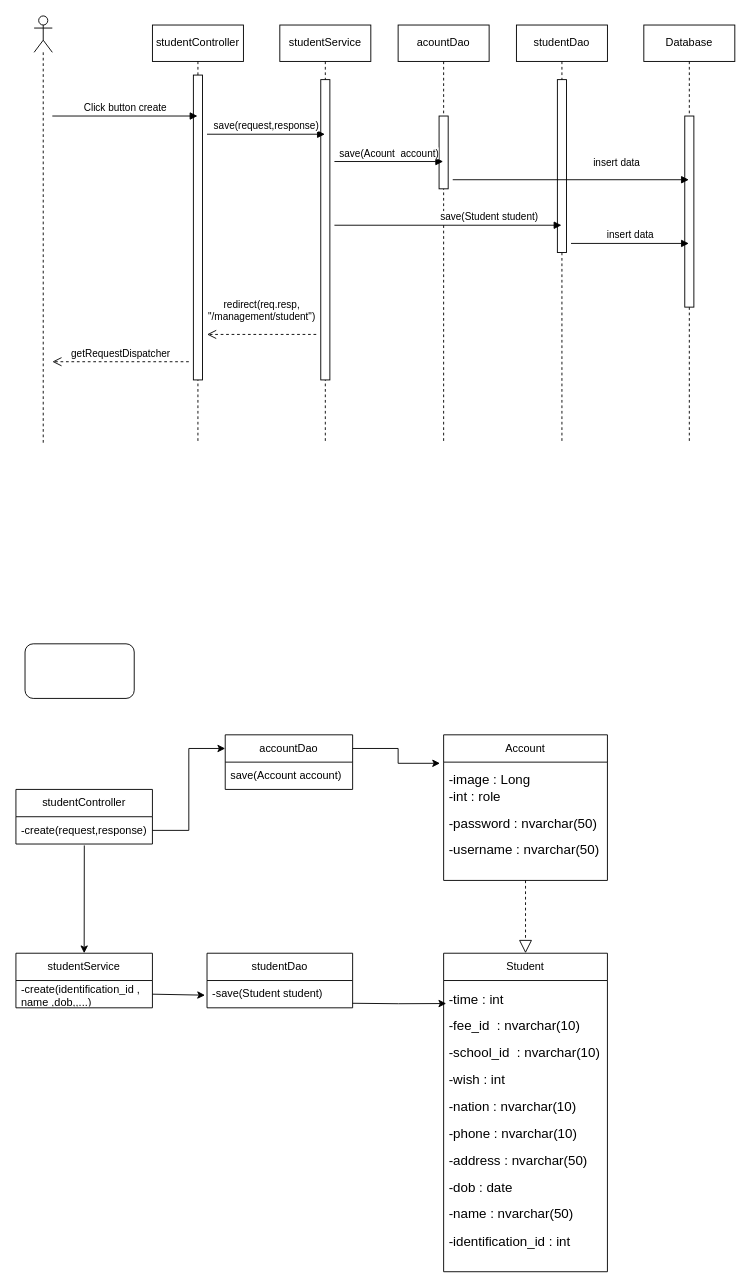
Earlier version of the draw.io diagram page "Page-3" (3 of 22) of Untitled Diagram.drawio (sachvo/CuteXT). Source tidied: cells renumbered, new cells numbered last; positions are measured from the earlier drawing's top-left corner, leaving out a move shared by most shapes. Both pictures are drawn from the tidied source at 91%, with x=0, y=0 at pixel (15, 15).
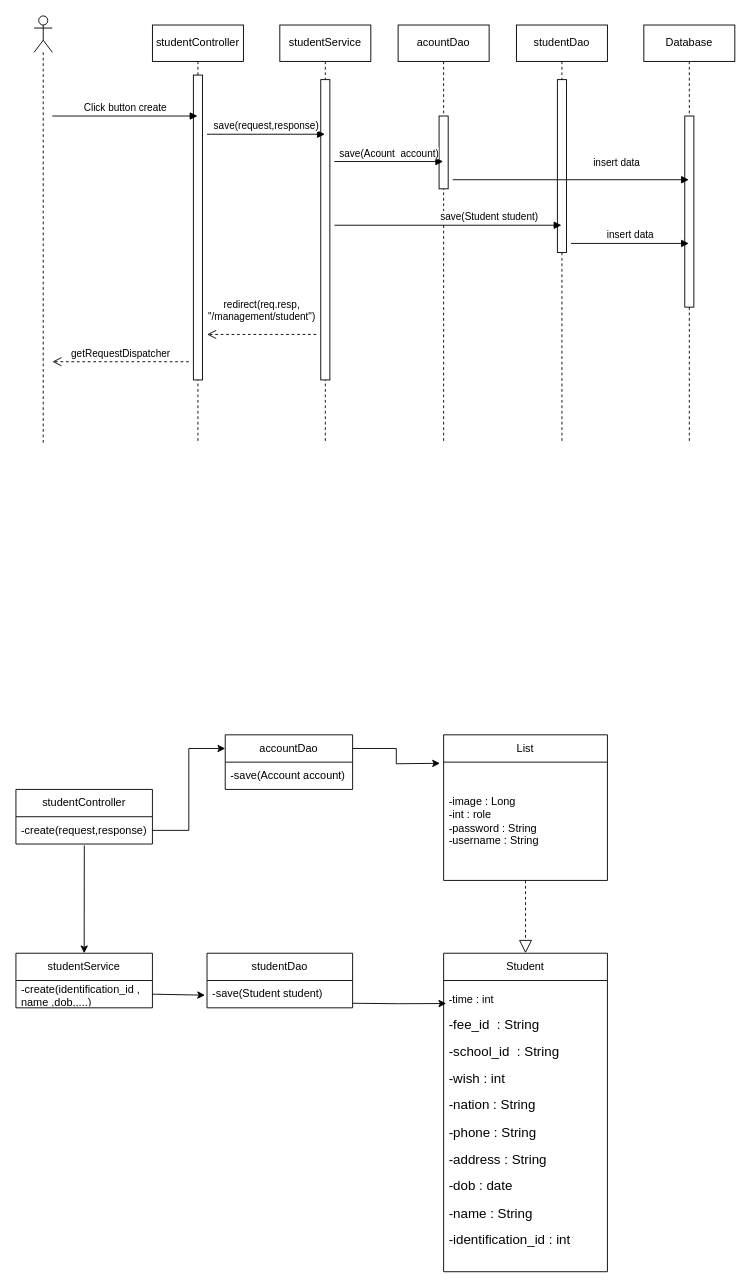
Above is the later version.

The change refers to these unchanged cells:
```xml
<mxCell id="30" value="Student" style="swimlane;fontStyle=0;horizontal=1;startSize=30;whiteSpace=wrap;html=1;" parent="1" vertex="1">
  <mxGeometry x="470" y="1030" width="180" height="350" as="geometry" />
</mxCell>
<mxCell id="36" value="accountDao" style="swimlane;fontStyle=0;horizontal=1;startSize=30;whiteSpace=wrap;html=1;" parent="1" vertex="1">
  <mxGeometry x="230" y="790" width="140" height="60" as="geometry" />
</mxCell>
```

What changed in the source:
```diff
@@
-    <mxCell id="27" value="Account" style="swimlane;fontStyle=0;horizontal=1;startSize=30;whiteSpace=wrap;html=1;" parent="1" vertex="1">
-      <mxGeometry x="470" y="790" width="180" height="160" as="geometry" />
-    </mxCell>
-    <mxCell id="28" value="&lt;p style=&quot;line-height:1.38;margin-top:0pt;margin-bottom:0pt;&quot; dir=&quot;ltr&quot;&gt;&lt;/p&gt;&lt;p style=&quot;line-height:1.38;margin-top:0pt;margin-bottom:0pt;&quot; dir=&quot;ltr&quot;&gt;&lt;/p&gt;&lt;p style=&quot;line-height:1.38;margin-top:0pt;margin-bottom:0pt;&quot; dir=&quot;ltr&quot;&gt;&lt;/p&gt;&lt;div&gt;&lt;/div&gt;&lt;span style=&quot;font-size: 11pt; font-family: Arial, sans-serif; background-color: transparent; font-variant-numeric: normal; font-variant-east-asian: normal; font-variant-alternates: normal; font-variant-position: normal; vertical-align: baseline;&quot;&gt;-image : Long&lt;br&gt;-int : role&lt;br&gt;&lt;/span&gt;&lt;p&gt;&lt;/p&gt;&lt;span style=&quot;font-size: 11pt; font-family: Arial, sans-serif; background-color: transparent; font-variant-numeric: normal; font-variant-east-asian: normal; font-variant-alternates: normal; font-variant-position: normal; vertical-align: baseline;&quot;&gt;-password : nvarchar(50)&amp;nbsp;&lt;/span&gt;&lt;p&gt;&lt;/p&gt;&lt;span style=&quot;font-size: 11pt; font-family: Arial, sans-serif; background-color: transparent; font-variant-numeric: normal; font-variant-east-asian: normal; font-variant-alternates: normal; font-variant-position: normal; vertical-align: baseline;&quot;&gt;-username : nvarchar(50)&amp;nbsp;&lt;/span&gt;&lt;p&gt;&lt;/p&gt;&lt;span id=&quot;docs-internal-guid-546da517-7fff-cef4-55ad-a307194a0e7b&quot;&gt;&lt;/span&gt;" style="text;strokeColor=none;fillColor=none;align=left;verticalAlign=middle;spacingLeft=4;spacingRight=4;overflow=hidden;points=[[0,0.5],[1,0.5]];portConstraint=eastwest;whiteSpace=wrap;html=1;" parent="27" vertex="1">
-      <mxGeometry y="30" width="180" height="130" as="geometry" />
-    </mxCell>
-    <mxCell id="29" style="rounded=1;whiteSpace=wrap;html=1;" parent="1" vertex="1">
-      <mxGeometry x="10" y="690" width="120" height="60" as="geometry" />
-    </mxCell>
@@
-    <mxCell id="31" value="&lt;p style=&quot;line-height:1.38;margin-top:0pt;margin-bottom:0pt;&quot; dir=&quot;ltr&quot;&gt;&lt;/p&gt;&lt;p style=&quot;line-height:1.38;margin-top:0pt;margin-bottom:0pt;&quot; dir=&quot;ltr&quot;&gt;&lt;/p&gt;&lt;p style=&quot;line-height:1.38;margin-top:0pt;margin-bottom:0pt;&quot; dir=&quot;ltr&quot;&gt;&lt;/p&gt;&lt;p style=&quot;line-height:1.38;margin-top:0pt;margin-bottom:0pt;&quot; dir=&quot;ltr&quot;&gt;&lt;/p&gt;&lt;p style=&quot;line-height:1.38;margin-top:0pt;margin-bottom:0pt;&quot; dir=&quot;ltr&quot;&gt;&lt;/p&gt;&lt;p style=&quot;line-height:1.38;margin-top:0pt;margin-bottom:0pt;&quot; dir=&quot;ltr&quot;&gt;&lt;/p&gt;&lt;p style=&quot;line-height:1.38;margin-top:0pt;margin-bottom:0pt;&quot; dir=&quot;ltr&quot;&gt;&lt;/p&gt;&lt;p style=&quot;line-height:1.38;margin-top:0pt;margin-bottom:0pt;&quot; dir=&quot;ltr&quot;&gt;&lt;/p&gt;&lt;p style=&quot;line-height:1.38;margin-top:0pt;margin-bottom:0pt;&quot; dir=&quot;ltr&quot;&gt;&lt;/p&gt;&lt;p style=&quot;line-height:1.38;margin-top:0pt;margin-bottom:0pt;&quot; dir=&quot;ltr&quot;&gt;&lt;/p&gt;&lt;div&gt;&lt;/div&gt;&lt;span style=&quot;font-size: 11pt; font-family: Arial, sans-serif; background-color: transparent; font-variant-numeric: normal; font-variant-east-asian: normal; font-variant-alternates: normal; font-variant-position: normal; vertical-align: baseline;&quot;&gt;-time : int &lt;/span&gt;&lt;p&gt;&lt;/p&gt;&lt;span style=&quot;font-size: 11pt; font-family: Arial, sans-serif; background-color: transparent; font-variant-numeric: normal; font-variant-east-asian: normal; font-variant-alternates: normal; font-variant-position: normal; vertical-align: baseline;&quot;&gt;-fee_id&amp;nbsp; : nvarchar(10)&lt;/span&gt;&lt;p&gt;&lt;/p&gt;&lt;span style=&quot;font-size: 11pt; font-family: Arial, sans-serif; background-color: transparent; font-variant-numeric: normal; font-variant-east-asian: normal; font-variant-alternates: normal; font-variant-position: normal; vertical-align: baseline;&quot;&gt;-school_id&amp;nbsp; : nvarchar(10)&lt;/span&gt;&lt;p&gt;&lt;/p&gt;&lt;span style=&quot;font-size: 11pt; font-family: Arial, sans-serif; background-color: transparent; font-variant-numeric: normal; font-variant-east-asian: normal; font-variant-alternates: normal; font-variant-position: normal; vertical-align: baseline;&quot;&gt;-wish : int&lt;/span&gt;&lt;p&gt;&lt;/p&gt;&lt;span style=&quot;font-size: 11pt; font-family: Arial, sans-serif; background-color: transparent; font-variant-numeric: normal; font-variant-east-asian: normal; font-variant-alternates: normal; font-variant-position: normal; vertical-align: baseline;&quot;&gt;-nation : nvarchar(10)&lt;/span&gt;&lt;p&gt;&lt;/p&gt;&lt;span style=&quot;font-size: 11pt; font-family: Arial, sans-serif; background-color: transparent; font-variant-numeric: normal; font-variant-east-asian: normal; font-variant-alternates: normal; font-variant-position: normal; vertical-align: baseline;&quot;&gt;-phone : nvarchar(10)&lt;/span&gt;&lt;p&gt;&lt;/p&gt;&lt;span style=&quot;font-size: 11pt; font-family: Arial, sans-serif; background-color: transparent; font-variant-numeric: normal; font-variant-east-asian: normal; font-variant-alternates: normal; font-variant-position: normal; vertical-align: baseline;&quot;&gt;-address : nvarchar(50)&lt;/span&gt;&lt;p&gt;&lt;/p&gt;&lt;span style=&quot;font-size: 11pt; font-family: Arial, sans-serif; background-color: transparent; font-variant-numeric: normal; font-variant-east-asian: normal; font-variant-alternates: normal; font-variant-position: normal; vertical-align: baseline;&quot;&gt;-dob : date&lt;/span&gt;&lt;p&gt;&lt;/p&gt;&lt;span style=&quot;font-size: 11pt; font-family: Arial, sans-serif; background-color: transparent; font-variant-numeric: normal; font-variant-east-asian: normal; font-variant-alternates: normal; font-variant-position: normal; vertical-align: baseline;&quot;&gt;-name : nvarchar(50)&lt;/span&gt;&lt;p&gt;&lt;/p&gt;&lt;span style=&quot;font-size: 11pt; font-family: Arial, sans-serif; background-color: transparent; font-variant-numeric: normal; font-variant-east-asian: normal; font-variant-alternates: normal; font-variant-position: normal; vertical-align: baseline;&quot;&gt;-identification_id : int&amp;nbsp;&lt;/span&gt;&lt;p&gt;&lt;/p&gt;&lt;span id=&quot;docs-internal-guid-ec875b94-7fff-324d-a60e-613ddc787041&quot;&gt;&lt;/span&gt;" style="text;strokeColor=none;fillColor=none;align=left;verticalAlign=middle;spacingLeft=4;spacingRight=4;overflow=hidden;points=[[0,0.5],[1,0.5]];portConstraint=eastwest;whiteSpace=wrap;html=1;" parent="30" vertex="1">
+    <mxCell id="31" value="&lt;p style=&quot;line-height:1.38;margin-top:0pt;margin-bottom:0pt;&quot; dir=&quot;ltr&quot;&gt;&lt;/p&gt;&lt;p style=&quot;line-height:1.38;margin-top:0pt;margin-bottom:0pt;&quot; dir=&quot;ltr&quot;&gt;&lt;/p&gt;&lt;p style=&quot;line-height:1.38;margin-top:0pt;margin-bottom:0pt;&quot; dir=&quot;ltr&quot;&gt;&lt;/p&gt;&lt;p style=&quot;line-height:1.38;margin-top:0pt;margin-bottom:0pt;&quot; dir=&quot;ltr&quot;&gt;&lt;/p&gt;&lt;p style=&quot;line-height:1.38;margin-top:0pt;margin-bottom:0pt;&quot; dir=&quot;ltr&quot;&gt;&lt;/p&gt;&lt;p style=&quot;line-height:1.38;margin-top:0pt;margin-bottom:0pt;&quot; dir=&quot;ltr&quot;&gt;&lt;/p&gt;&lt;p style=&quot;line-height:1.38;margin-top:0pt;margin-bottom:0pt;&quot; dir=&quot;ltr&quot;&gt;&lt;/p&gt;&lt;p style=&quot;line-height:1.38;margin-top:0pt;margin-bottom:0pt;&quot; dir=&quot;ltr&quot;&gt;&lt;/p&gt;&lt;p style=&quot;line-height:1.38;margin-top:0pt;margin-bottom:0pt;&quot; dir=&quot;ltr&quot;&gt;&lt;/p&gt;&lt;p style=&quot;line-height:1.38;margin-top:0pt;margin-bottom:0pt;&quot; dir=&quot;ltr&quot;&gt;&lt;/p&gt;&lt;div&gt;&lt;/div&gt;-time : int&lt;p style=&quot;border-color: var(--border-color);&quot;&gt;&lt;/p&gt;&lt;span style=&quot;border-color: var(--border-color); font-variant-numeric: normal; font-variant-east-asian: normal; font-variant-alternates: normal; font-variant-position: normal; background-color: transparent; font-size: 11pt; font-family: Arial, sans-serif; vertical-align: baseline;&quot;&gt;-fee_id&amp;nbsp; : String&lt;/span&gt;&lt;p style=&quot;border-color: var(--border-color);&quot;&gt;&lt;/p&gt;&lt;span style=&quot;border-color: var(--border-color); font-variant-numeric: normal; font-variant-east-asian: normal; font-variant-alternates: normal; font-variant-position: normal; background-color: transparent; font-size: 11pt; font-family: Arial, sans-serif; vertical-align: baseline;&quot;&gt;-school_id&amp;nbsp; : String&lt;/span&gt;&lt;p style=&quot;border-color: var(--border-color);&quot;&gt;&lt;/p&gt;&lt;span style=&quot;border-color: var(--border-color); font-variant-numeric: normal; font-variant-east-asian: normal; font-variant-alternates: normal; font-variant-position: normal; background-color: transparent; font-size: 11pt; font-family: Arial, sans-serif; vertical-align: baseline;&quot;&gt;-wish : int&lt;/span&gt;&lt;p style=&quot;border-color: var(--border-color);&quot;&gt;&lt;/p&gt;&lt;span style=&quot;border-color: var(--border-color); font-variant-numeric: normal; font-variant-east-asian: normal; font-variant-alternates: normal; font-variant-position: normal; background-color: transparent; font-size: 11pt; font-family: Arial, sans-serif; vertical-align: baseline;&quot;&gt;-nation : String&lt;/span&gt;&lt;p style=&quot;border-color: var(--border-color);&quot;&gt;&lt;/p&gt;&lt;span style=&quot;border-color: var(--border-color); font-variant-numeric: normal; font-variant-east-asian: normal; font-variant-alternates: normal; font-variant-position: normal; background-color: transparent; font-size: 11pt; font-family: Arial, sans-serif; vertical-align: baseline;&quot;&gt;-phone : String&lt;/span&gt;&lt;p style=&quot;border-color: var(--border-color);&quot;&gt;&lt;/p&gt;&lt;span style=&quot;border-color: var(--border-color); font-variant-numeric: normal; font-variant-east-asian: normal; font-variant-alternates: normal; font-variant-position: normal; background-color: transparent; font-size: 11pt; font-family: Arial, sans-serif; vertical-align: baseline;&quot;&gt;-address : String&lt;/span&gt;&lt;p style=&quot;border-color: var(--border-color);&quot;&gt;&lt;/p&gt;&lt;span style=&quot;border-color: var(--border-color); font-variant-numeric: normal; font-variant-east-asian: normal; font-variant-alternates: normal; font-variant-position: normal; background-color: transparent; font-size: 11pt; font-family: Arial, sans-serif; vertical-align: baseline;&quot;&gt;-dob : date&lt;/span&gt;&lt;p style=&quot;border-color: var(--border-color);&quot;&gt;&lt;/p&gt;&lt;span style=&quot;border-color: var(--border-color); font-variant-numeric: normal; font-variant-east-asian: normal; font-variant-alternates: normal; font-variant-position: normal; background-color: transparent; font-size: 11pt; font-family: Arial, sans-serif; vertical-align: baseline;&quot;&gt;-name : String&lt;/span&gt;&lt;p style=&quot;border-color: var(--border-color);&quot;&gt;&lt;/p&gt;&lt;span style=&quot;border-color: var(--border-color); font-variant-numeric: normal; font-variant-east-asian: normal; font-variant-alternates: normal; font-variant-position: normal; background-color: transparent; font-size: 11pt; font-family: Arial, sans-serif; vertical-align: baseline;&quot;&gt;-identification_id : int&amp;nbsp;&lt;/span&gt;&lt;p style=&quot;border-color: var(--border-color);&quot;&gt;&lt;/p&gt;&lt;span style=&quot;border-color: var(--border-color);&quot; id=&quot;docs-internal-guid-ec875b94-7fff-324d-a60e-613ddc787041&quot;&gt;&lt;/span&gt;&lt;span id=&quot;docs-internal-guid-ec875b94-7fff-324d-a60e-613ddc787041&quot;&gt;&lt;/span&gt;" style="text;strokeColor=none;fillColor=none;align=left;verticalAlign=middle;spacingLeft=4;spacingRight=4;overflow=hidden;points=[[0,0.5],[1,0.5]];portConstraint=eastwest;whiteSpace=wrap;html=1;" parent="30" vertex="1">
       <mxGeometry y="30" width="180" height="320" as="geometry" />
     </mxCell>
@@
-    <mxCell id="37" value="save(Account account)" style="text;strokeColor=none;fillColor=none;align=left;verticalAlign=middle;spacingLeft=4;spacingRight=4;overflow=hidden;whiteSpace=wrap;html=1;" parent="36" vertex="1">
+    <mxCell id="37" value="-save(Account account)" style="text;strokeColor=none;fillColor=none;align=left;verticalAlign=middle;spacingLeft=4;spacingRight=4;overflow=hidden;whiteSpace=wrap;html=1;" parent="36" vertex="1">
       <mxGeometry y="30" width="140" height="30" as="geometry" />
     </mxCell>
@@
-    <mxCell id="39" style="edgeStyle=orthogonalEdgeStyle;rounded=0;jettySize=auto;html=1;entryX=-0.022;entryY=0.01;entryDx=0;entryDy=0;entryPerimeter=0;exitX=1;exitY=0.25;exitDx=0;exitDy=0;" parent="1" edge="1" source="36" target="28">
-      <mxGeometry relative="1" as="geometry" />
+    <mxCell id="39" style="edgeStyle=orthogonalEdgeStyle;rounded=0;jettySize=auto;html=1;entryX=-0.022;entryY=0.01;entryDx=0;entryDy=0;entryPerimeter=0;exitX=1;exitY=0.25;exitDx=0;exitDy=0;" parent="1" edge="1" source="36">
+      <mxGeometry relative="1" as="geometry">
+        <mxPoint x="466" y="821.3" as="targetPoint" />
+      </mxGeometry>
     </mxCell>
+    <mxCell id="40" value="List" style="swimlane;fontStyle=0;horizontal=1;startSize=30;whiteSpace=wrap;html=1;" parent="1" vertex="1">
+      <mxGeometry x="470" y="790" width="180" height="160" as="geometry" />
+    </mxCell>
+    <mxCell id="41" value="&lt;div&gt;-image : Long&lt;/div&gt;&lt;div&gt;-int : role&lt;/div&gt;&lt;div&gt;-password : String&lt;/div&gt;&lt;div&gt;-username : String&amp;nbsp;&lt;/div&gt;" style="text;strokeColor=none;fillColor=none;align=left;verticalAlign=middle;spacingLeft=4;spacingRight=4;overflow=hidden;whiteSpace=wrap;html=1;" parent="40" vertex="1">
+      <mxGeometry y="30" width="180" height="130" as="geometry" />
+    </mxCell>
```
